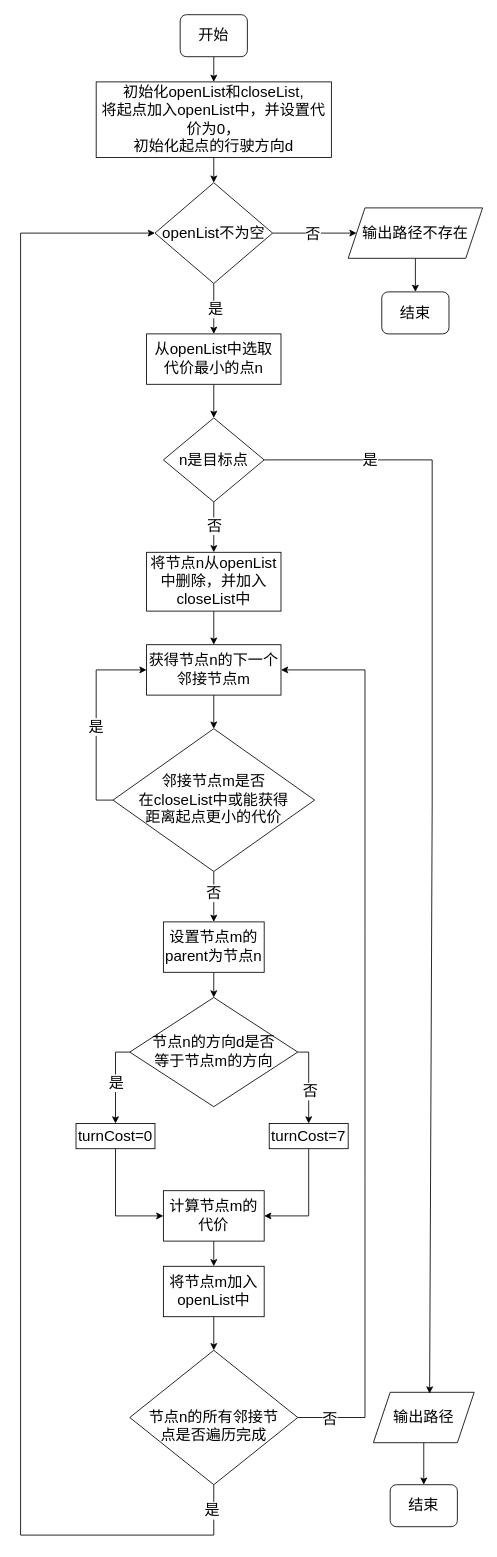
Above: page "调整后的A*算法" (25 of 34) of wbooking docs/进区预约系统.drawio in sxc-one/e-conitl (draw.io), before the change. Source tidied: cells renumbered, new cells numbered last; positions are measured from the earlier drawing's top-left corner, leaving out a move shared by most shapes. Both pictures are drawn from the tidied source at 84%, with x=0, y=0 at pixel (20, 14).
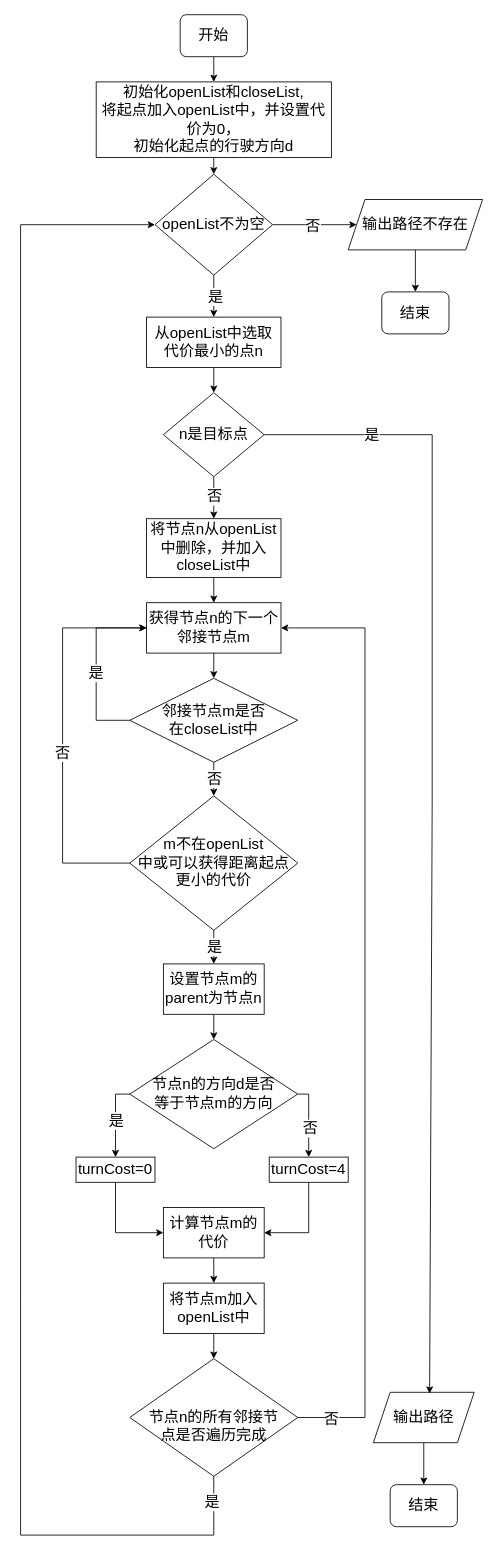
The same diagram, later.

Unchanged cells that the change refers to:
```xml
<mxCell id="13" value="输出路径" style="shape=parallelogram;perimeter=parallelogramPerimeter;whiteSpace=wrap;html=1;fixedSize=1;fontSize=18;fillColor=#FFFFFF;" parent="1" vertex="1">
  <mxGeometry x="420" y="1640" width="120" height="60" as="geometry" />
</mxCell>
```

The edit, as a diff of the source:
```diff
@@
     <mxCell id="11" value="openList不为空" style="rhombus;whiteSpace=wrap;html=1;fontSize=18;fillColor=#FFFFFF;rounded=0;" parent="1" vertex="1">
-      <mxGeometry x="160" y="200" width="140" height="120" as="geometry" />
+      <mxGeometry x="160" y="190" width="140" height="120" as="geometry" />
     </mxCell>
@@
     <mxCell id="15" value="从openList中选取代价最小的点n" style="whiteSpace=wrap;html=1;fontSize=18;fillColor=#FFFFFF;rounded=0;" parent="1" vertex="1">
-      <mxGeometry x="150" y="380" width="160" height="60" as="geometry" />
+      <mxGeometry x="150" y="360" width="160" height="60" as="geometry" />
     </mxCell>
@@
     <mxCell id="18" style="edgeStyle=none;rounded=0;jettySize=auto;html=1;exitX=1;exitY=0.5;exitDx=0;exitDy=0;entryX=0.558;entryY=0.025;entryDx=0;entryDy=0;entryPerimeter=0;fontSize=18;" parent="1" edge="1" source="20" target="13">
       <mxGeometry relative="1" as="geometry">
         <Array as="points">
-          <mxPoint x="490" y="530" />
+          <mxPoint x="490" y="500" />
           <mxPoint x="490" y="940" />
         </Array>
       </mxGeometry>
     </mxCell>
@@
     <mxCell id="20" value="n是目标点" style="rhombus;whiteSpace=wrap;html=1;fontSize=18;fillColor=#FFFFFF;rounded=0;" parent="1" vertex="1">
-      <mxGeometry x="170" y="480" width="120" height="100" as="geometry" />
+      <mxGeometry x="170" y="450" width="120" height="100" as="geometry" />
     </mxCell>
@@
     <mxCell id="22" value="将节点n从openList中删除，并加入closeList中" style="whiteSpace=wrap;html=1;fontSize=18;fillColor=#FFFFFF;rounded=0;" parent="1" vertex="1">
-      <mxGeometry x="150" y="640" width="160" height="70" as="geometry" />
+      <mxGeometry x="150" y="600" width="160" height="70" as="geometry" />
     </mxCell>
     <mxCell id="23" style="edgeStyle=none;rounded=0;jettySize=auto;html=1;exitX=0.5;exitY=1;exitDx=0;exitDy=0;entryX=0;entryY=0.5;entryDx=0;entryDy=0;fontSize=18;" parent="1" edge="1" source="27" target="11">
       <mxGeometry relative="1" as="geometry">
         <Array as="points">
           <mxPoint x="230" y="1810" />
           <mxPoint y="1810" />
           <mxPoint y="1530" />
-          <mxPoint y="260" />
+          <mxPoint y="250" />
         </Array>
       </mxGeometry>
     </mxCell>
@@
     <mxCell id="25" style="edgeStyle=none;rounded=0;jettySize=auto;html=1;exitX=1;exitY=0.5;exitDx=0;exitDy=0;entryX=1;entryY=0.5;entryDx=0;entryDy=0;fontSize=18;" parent="1" edge="1" source="27" target="40">
       <mxGeometry relative="1" as="geometry">
         <Array as="points">
           <mxPoint x="410" y="1670" />
           <mxPoint x="410" y="1390" />
           <mxPoint x="410" y="1090" />
-          <mxPoint x="410" y="780" />
+          <mxPoint x="410" y="730" />
         </Array>
       </mxGeometry>
     </mxCell>
@@
     <mxCell id="27" value="&lt;br&gt;节点n的所有邻接节&lt;br&gt;点是否遍历完成" style="rhombus;whiteSpace=wrap;html=1;fontSize=18;fillColor=#FFFFFF;rounded=0;" parent="1" vertex="1">
-      <mxGeometry x="130" y="1590" width="200" height="160" as="geometry" />
+      <mxGeometry x="130" y="1600" width="200" height="140" as="geometry" />
     </mxCell>
     <mxCell id="28" style="edgeStyle=none;rounded=0;jettySize=auto;html=1;exitX=0;exitY=0.5;exitDx=0;exitDy=0;entryX=0;entryY=0.5;entryDx=0;entryDy=0;fontSize=18;" parent="1" edge="1" source="32" target="40">
       <mxGeometry relative="1" as="geometry">
         <Array as="points">
-          <mxPoint x="90" y="935" />
-          <mxPoint x="90" y="780" />
+          <mxPoint x="90" y="840" />
+          <mxPoint x="90" y="730" />
         </Array>
       </mxGeometry>
     </mxCell>
@@
-    <mxCell id="30" style="edgeStyle=none;rounded=0;jettySize=auto;html=1;exitX=0.5;exitY=1;exitDx=0;exitDy=0;entryX=0.5;entryY=0;entryDx=0;entryDy=0;fontSize=18;" parent="1" edge="1" source="32" target="34">
-      <mxGeometry relative="1" as="geometry" />
-    </mxCell>
-    <mxCell id="31" value="否" style="edgeLabel;html=1;align=center;verticalAlign=middle;fontSize=18;" parent="30" vertex="1">
-      <mxGeometry x="-0.18" y="-1" relative="1" as="geometry" />
-    </mxCell>
-    <mxCell id="32" value="邻接节点m是否&lt;br&gt;在closeList中或能获得&lt;br&gt;距离起点更小的代价" style="rhombus;whiteSpace=wrap;html=1;fontSize=18;fillColor=#FFFFFF;rounded=0;" parent="1" vertex="1">
-      <mxGeometry x="110" y="850" width="240" height="170" as="geometry" />
+    <mxCell id="32" value="邻接节点m是否&lt;br&gt;在closeList中" style="rhombus;whiteSpace=wrap;html=1;fontSize=18;fillColor=#FFFFFF;rounded=0;" parent="1" vertex="1">
+      <mxGeometry x="130" y="790" width="200" height="100" as="geometry" />
     </mxCell>
@@
     <mxCell id="34" value="设置节点m的parent为节点n" style="whiteSpace=wrap;html=1;fontSize=18;fillColor=#FFFFFF;rounded=0;" parent="1" vertex="1">
-      <mxGeometry x="170" y="1080" width="120" height="60" as="geometry" />
+      <mxGeometry x="170" y="1130" width="120" height="60" as="geometry" />
     </mxCell>
@@
     <mxCell id="36" value="计算节点m的代价" style="whiteSpace=wrap;html=1;fontSize=18;fillColor=#FFFFFF;rounded=0;" parent="1" vertex="1">
-      <mxGeometry x="170" y="1400" width="120" height="60" as="geometry" />
+      <mxGeometry x="170" y="1420" width="120" height="60" as="geometry" />
     </mxCell>
@@
     <mxCell id="38" value="将节点m加入openList中" style="whiteSpace=wrap;html=1;fontSize=18;fillColor=#FFFFFF;rounded=0;" parent="1" vertex="1">
-      <mxGeometry x="170" y="1490" width="120" height="60" as="geometry" />
+      <mxGeometry x="170" y="1510" width="120" height="60" as="geometry" />
     </mxCell>
@@
     <mxCell id="40" value="获得节点n的下一个邻接节点m" style="rounded=0;whiteSpace=wrap;html=1;fontSize=18;fillColor=#FFFFFF;" parent="1" vertex="1">
-      <mxGeometry x="150" y="750" width="160" height="60" as="geometry" />
+      <mxGeometry x="150" y="700" width="160" height="60" as="geometry" />
     </mxCell>
@@
     <mxCell id="42" value="输出路径不存在" style="shape=parallelogram;perimeter=parallelogramPerimeter;whiteSpace=wrap;html=1;fixedSize=1;fontSize=18;fillColor=#FFFFFF;rounded=0;" parent="1" vertex="1">
-      <mxGeometry x="390" y="230" width="160" height="60" as="geometry" />
+      <mxGeometry x="390" y="220" width="160" height="60" as="geometry" />
     </mxCell>
@@
     <mxCell id="45" style="edgeStyle=none;rounded=0;jettySize=auto;html=1;exitX=1;exitY=0.5;exitDx=0;exitDy=0;entryX=0.5;entryY=0;entryDx=0;entryDy=0;fontSize=18;" parent="1" edge="1" source="49" target="51">
       <mxGeometry relative="1" as="geometry">
         <Array as="points">
-          <mxPoint x="343" y="1235" />
+          <mxPoint x="343" y="1285" />
         </Array>
       </mxGeometry>
     </mxCell>
@@
     <mxCell id="47" style="edgeStyle=none;rounded=0;jettySize=auto;html=1;exitX=0;exitY=0.5;exitDx=0;exitDy=0;entryX=0.5;entryY=0;entryDx=0;entryDy=0;fontSize=18;" parent="1" edge="1" source="49" target="53">
       <mxGeometry relative="1" as="geometry">
         <Array as="points">
-          <mxPoint x="113" y="1235" />
+          <mxPoint x="113" y="1285" />
         </Array>
       </mxGeometry>
     </mxCell>
@@
     <mxCell id="49" value="节点n的方向d是否&lt;br&gt;等于节点m的方向" style="rhombus;whiteSpace=wrap;html=1;rounded=0;fontSize=18;fillColor=#FFFFFF;" parent="1" vertex="1">
-      <mxGeometry x="130" y="1170" width="200" height="130" as="geometry" />
+      <mxGeometry x="130" y="1220" width="200" height="130" as="geometry" />
     </mxCell>
     <mxCell id="50" style="edgeStyle=none;rounded=0;jettySize=auto;html=1;exitX=0.5;exitY=1;exitDx=0;exitDy=0;entryX=1;entryY=0.5;entryDx=0;entryDy=0;fontSize=18;" parent="1" edge="1" source="51" target="36">
       <mxGeometry relative="1" as="geometry">
         <Array as="points">
-          <mxPoint x="343" y="1430" />
+          <mxPoint x="343" y="1450" />
         </Array>
       </mxGeometry>
     </mxCell>
-    <mxCell id="51" value="turnCost=7" style="rounded=0;whiteSpace=wrap;html=1;fontSize=18;fillColor=#FFFFFF;" parent="1" vertex="1">
-      <mxGeometry x="296" y="1320" width="94" height="30" as="geometry" />
+    <mxCell id="51" value="turnCost=4" style="rounded=0;whiteSpace=wrap;html=1;fontSize=18;fillColor=#FFFFFF;" parent="1" vertex="1">
+      <mxGeometry x="296" y="1360" width="94" height="30" as="geometry" />
     </mxCell>
     <mxCell id="52" style="edgeStyle=none;rounded=0;jettySize=auto;html=1;exitX=0.5;exitY=1;exitDx=0;exitDy=0;entryX=0;entryY=0.5;entryDx=0;entryDy=0;fontSize=18;" parent="1" edge="1" source="53" target="36">
       <mxGeometry relative="1" as="geometry">
         <Array as="points">
-          <mxPoint x="113" y="1430" />
+          <mxPoint x="113" y="1450" />
         </Array>
       </mxGeometry>
     </mxCell>
     <mxCell id="53" value="turnCost=0" style="rounded=0;whiteSpace=wrap;html=1;fontSize=18;fillColor=#FFFFFF;" parent="1" vertex="1">
-      <mxGeometry x="66" y="1320" width="94" height="30" as="geometry" />
+      <mxGeometry x="66" y="1360" width="94" height="30" as="geometry" />
     </mxCell>
+    <mxCell id="54" value="m不在openList&lt;br&gt;中或可以获得距离起点&lt;br&gt;更小的代价" style="rhombus;whiteSpace=wrap;html=1;fontSize=18;fillColor=#FFFFFF;rounded=0;" parent="1" vertex="1">
+      <mxGeometry x="130" y="930" width="200" height="160" as="geometry" />
+    </mxCell>
+    <mxCell id="55" style="edgeStyle=none;rounded=0;jettySize=auto;html=1;exitX=0;exitY=0.5;exitDx=0;exitDy=0;entryX=0;entryY=0.5;entryDx=0;entryDy=0;fontSize=18;" parent="1" edge="1" source="54" target="40">
+      <mxGeometry relative="1" as="geometry">
+        <Array as="points">
+          <mxPoint x="50" y="1010" />
+          <mxPoint x="50" y="730" />
+        </Array>
+      </mxGeometry>
+    </mxCell>
+    <mxCell id="56" value="否" style="edgeLabel;html=1;align=center;verticalAlign=middle;fontSize=18;" parent="55" vertex="1">
+      <mxGeometry x="-0.08" y="1" relative="1" as="geometry" />
+    </mxCell>
+    <mxCell id="57" style="edgeStyle=none;rounded=0;jettySize=auto;html=1;fontSize=18;entryX=0.5;entryY=0;entryDx=0;entryDy=0;exitX=0.5;exitY=1;exitDx=0;exitDy=0;" parent="1" edge="1" source="32" target="54">
+      <mxGeometry relative="1" as="geometry" />
+    </mxCell>
+    <mxCell id="58" value="否" style="edgeLabel;html=1;align=center;verticalAlign=middle;fontSize=18;" parent="57" vertex="1">
+      <mxGeometry x="-0.07" relative="1" as="geometry" />
+    </mxCell>
+    <mxCell id="59" style="edgeStyle=none;rounded=0;jettySize=auto;html=1;fontSize=18;entryX=0.5;entryY=0;entryDx=0;entryDy=0;" parent="1" edge="1" target="34">
+      <mxGeometry relative="1" as="geometry">
+        <mxPoint x="230" y="1090" as="sourcePoint" />
+      </mxGeometry>
+    </mxCell>
+    <mxCell id="60" value="是" style="edgeLabel;html=1;align=center;verticalAlign=middle;fontSize=18;" parent="59" vertex="1">
+      <mxGeometry x="-0.07" relative="1" as="geometry" />
+    </mxCell>
```
